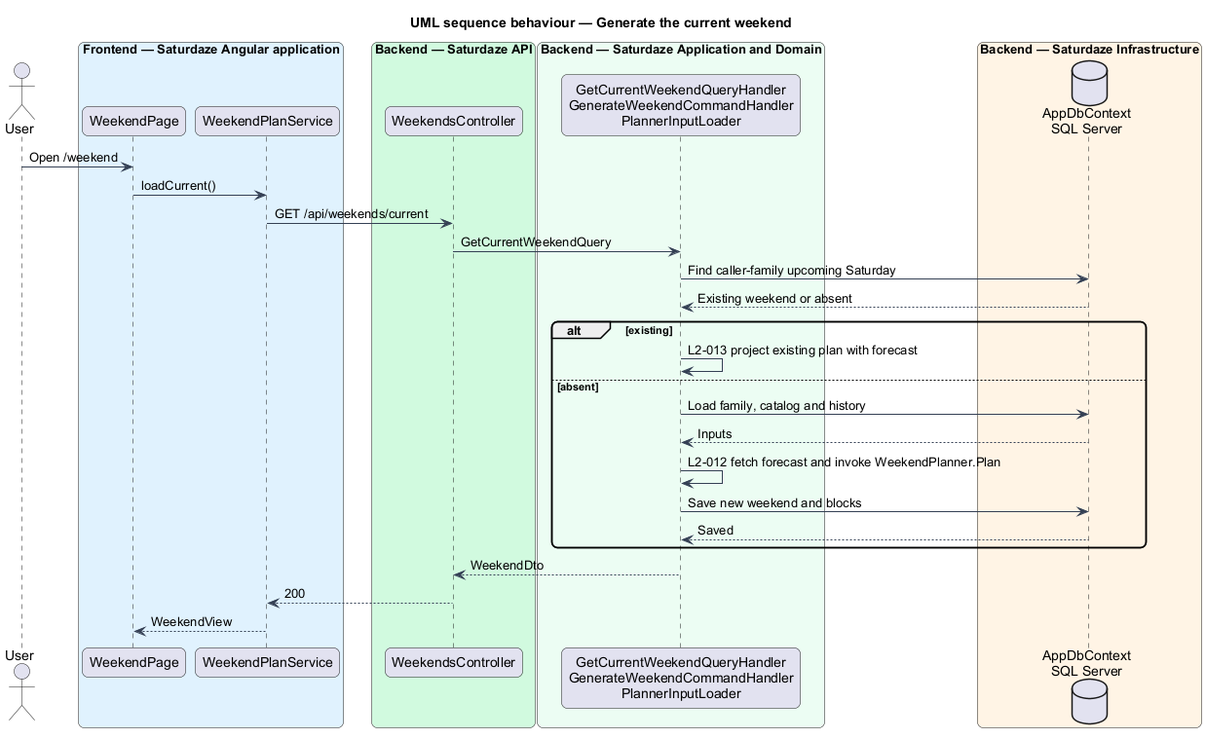
Above: docs/detailed-designs/weekend-planning/generate-current-weekend/diagrams/sequence-generate.png in QuinntyneBrown/saturdaze (PlantUML), before the change.
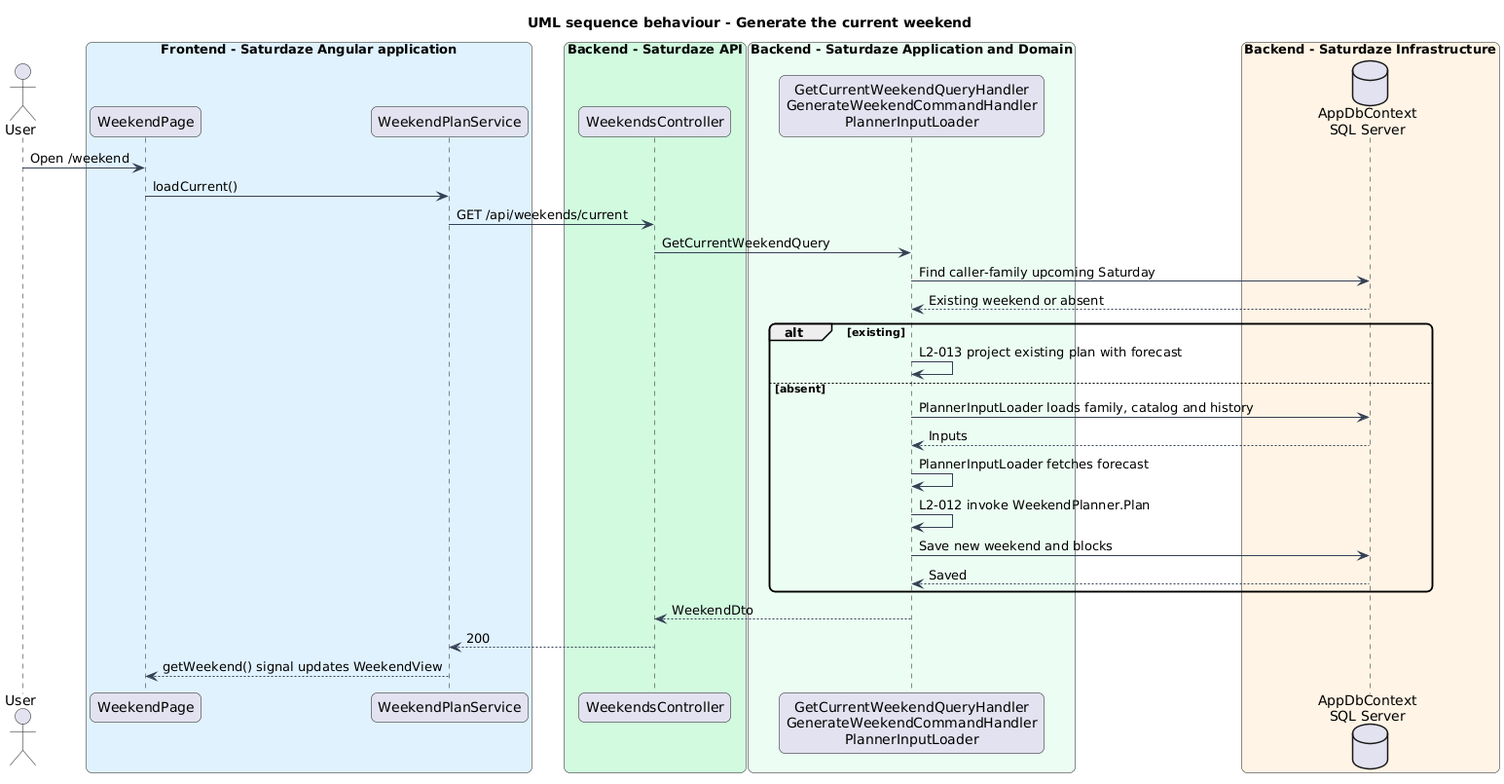
Above is the later version.

Diff of the diagram source:
```diff
@@ -1,22 +1,22 @@
 @startuml
-title UML sequence behaviour — Generate the current weekend
+title UML sequence behaviour - Generate the current weekend
 skinparam backgroundColor #FFFFFF
 skinparam shadowing false
 skinparam roundcorner 12
 skinparam defaultFontName Arial
 skinparam ArrowColor #344054
 actor "User" as actor
-box "Frontend — Saturdaze Angular application" #E0F2FE
+box "Frontend - Saturdaze Angular application" #E0F2FE
  participant "WeekendPage" as page
  participant "WeekendPlanService" as client
 end box
-box "Backend — Saturdaze API" #D1FADF
+box "Backend - Saturdaze API" #D1FADF
  participant "WeekendsController" as controller
 end box
-box "Backend — Saturdaze Application and Domain" #ECFDF3
+box "Backend - Saturdaze Application and Domain" #ECFDF3
  participant "GetCurrentWeekendQueryHandler\nGenerateWeekendCommandHandler\nPlannerInputLoader" as handler
 end box
-box "Backend — Saturdaze Infrastructure" #FFF4E5
+box "Backend - Saturdaze Infrastructure" #FFF4E5
  database "AppDbContext\nSQL Server" as db
 end box
 actor -> page : Open /weekend
@@ -28,13 +28,14 @@
 alt existing
 handler -> handler : L2-013 project existing plan with forecast
 else absent
-handler -> db : Load family, catalog and history
+handler -> db : PlannerInputLoader loads family, catalog and history
 db --> handler : Inputs
-handler -> handler : L2-012 fetch forecast and invoke WeekendPlanner.Plan
+handler -> handler : PlannerInputLoader fetches forecast
+handler -> handler : L2-012 invoke WeekendPlanner.Plan
 handler -> db : Save new weekend and blocks
 db --> handler : Saved
 end
 handler --> controller : WeekendDto
 controller --> client : 200
-client --> page : WeekendView
+client --> page : getWeekend() signal updates WeekendView
 @enduml
```
